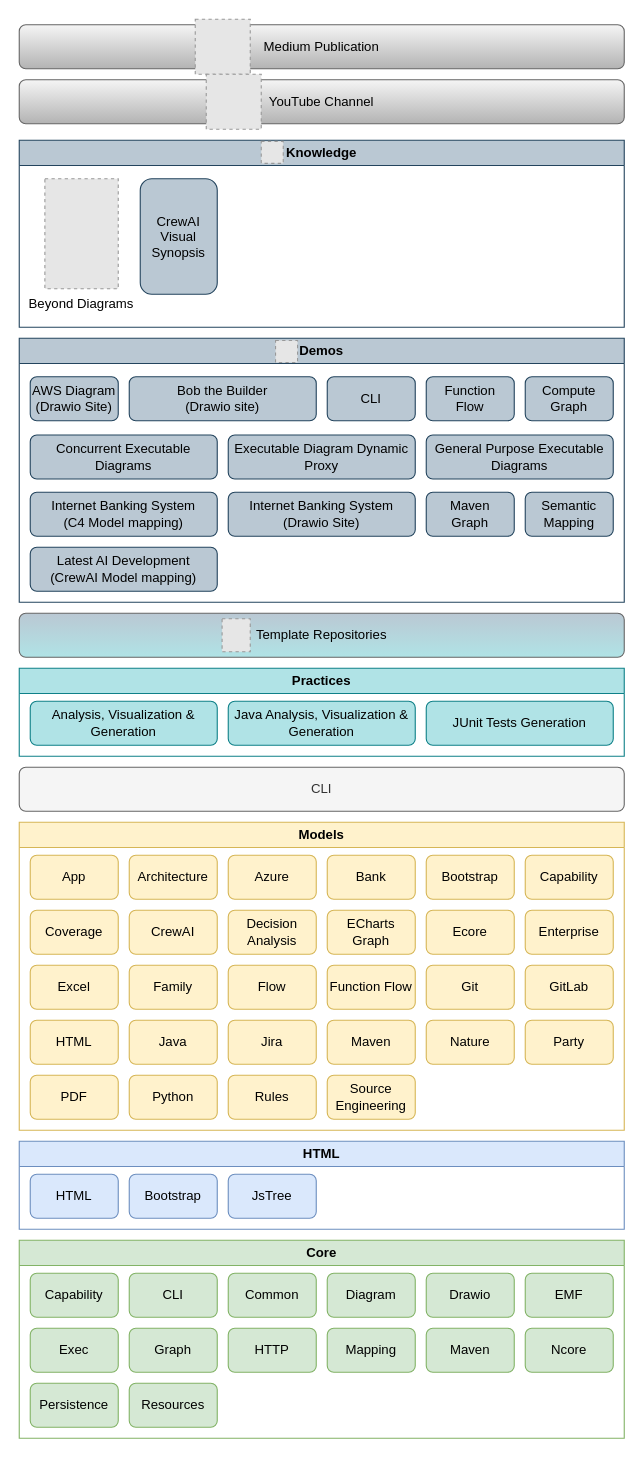
Above: model/nasdanika.drawio in Nasdanika/nasdanika.github.io (draw.io), before the change. Source tidied: cells renumbered, new cells numbered last; positions are measured from the earlier drawing's top-left corner, leaving out a move shared by most shapes. Both pictures are drawn from the tidied source at 110%, with x=0, y=0 at pixel (19, 19). Pictures stored in the file or linked from it are replaced by grey dashed boxes.
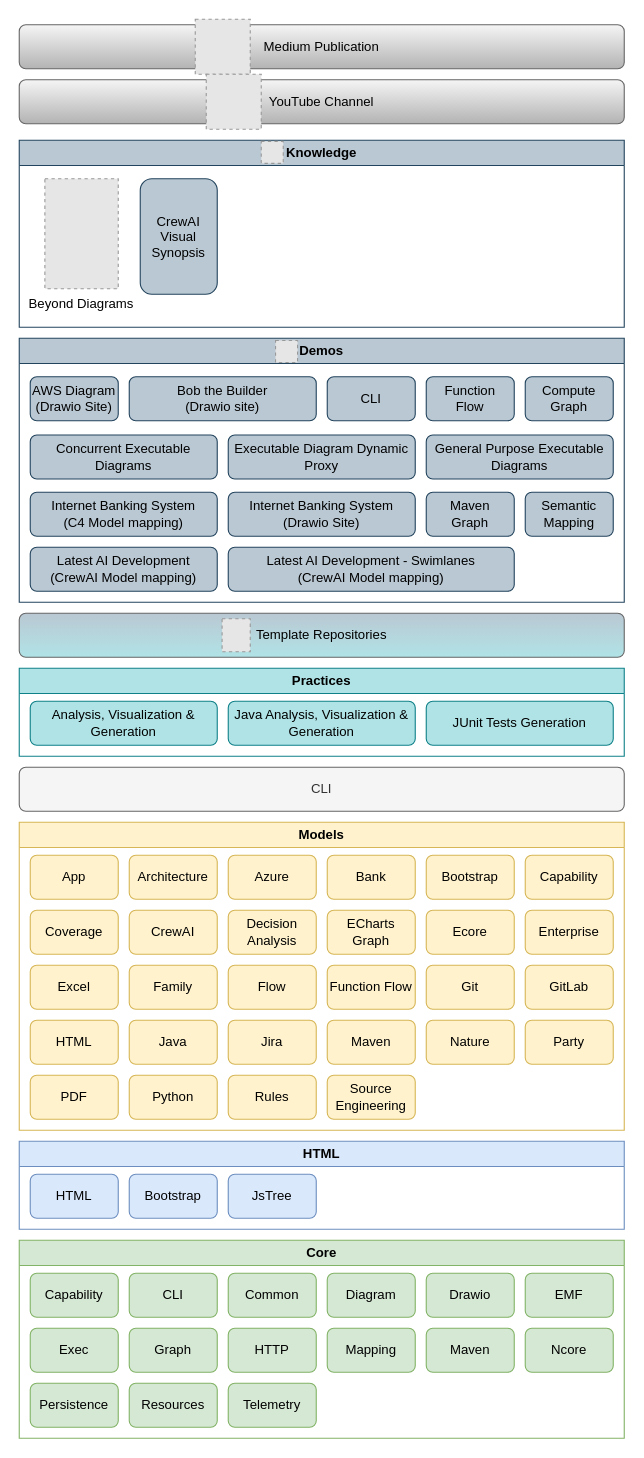
The same diagram, later.

Unchanged cells that the change refers to:
```xml
<mxCell id="2" value="Core" style="swimlane;whiteSpace=wrap;html=1;fillColor=#d5e8d4;strokeColor=#82b366;" parent="1" vertex="1">
  <mxGeometry y="1110" width="550" height="180" as="geometry" />
</mxCell>
<mxCell id="65" value="Demos" style="swimlane;whiteSpace=wrap;html=1;fillColor=#bac8d3;strokeColor=#23445d;" parent="1" vertex="1">
  <mxGeometry y="290" width="550" height="240" as="geometry" />
</mxCell>
```

Change to the diagram source:
```diff
@@
+    <mxCell id="80" value="Telemetry" style="rounded=1;whiteSpace=wrap;html=1;fillColor=#d5e8d4;strokeColor=#82b366;" parent="2" vertex="1">
+      <mxGeometry x="190" y="130" width="80" height="40" as="geometry" />
+    </mxCell>
@@
+    <mxCell id="81" value="Latest AI Development - Swimlanes&lt;div&gt;(CrewAI Model mapping)&lt;/div&gt;" style="rounded=1;whiteSpace=wrap;html=1;fillColor=#bac8d3;strokeColor=#23445d;" parent="65" vertex="1">
+      <mxGeometry x="190" y="190" width="260" height="40" as="geometry" />
+    </mxCell>
```
